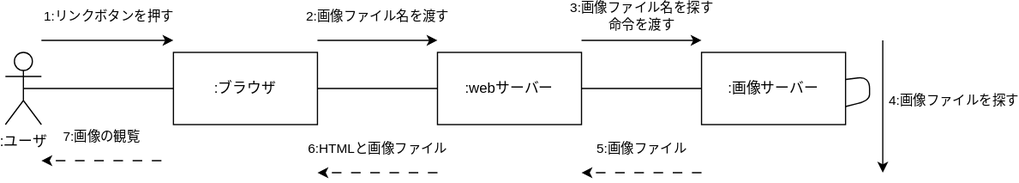
tanumahikaru/uml-into keeps this draw.io diagram as 演習５-1_CD_Web画像検索.drawio.svg. Above is the earlier version. Source tidied: cells renumbered, new cells last; positions are measured from the earlier drawing's top-left corner, leaving out a move shared by most shapes.
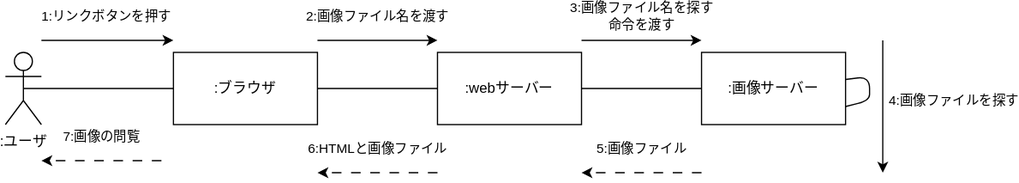
After the commit.

Commit message:
なおしました

What changed in the source:
```diff
@@ -64,7 +64,7 @@
         <mxPoint x="260" y="110" as="targetPoint" />
       </mxGeometry>
     </mxCell>
-    <mxCell id="16" value="7:画像の観覧" style="endArrow=classic;html=1;dashed=1;dashPattern=8 8;" parent="1" edge="1">
+    <mxCell id="16" value="7:画像の問覧" style="endArrow=classic;html=1;dashed=1;dashPattern=8 8;" parent="1" edge="1">
       <mxGeometry y="-20" relative="1" as="geometry">
         <mxPoint x="130" y="100" as="sourcePoint" />
         <mxPoint x="30" y="100" as="targetPoint" />
```
